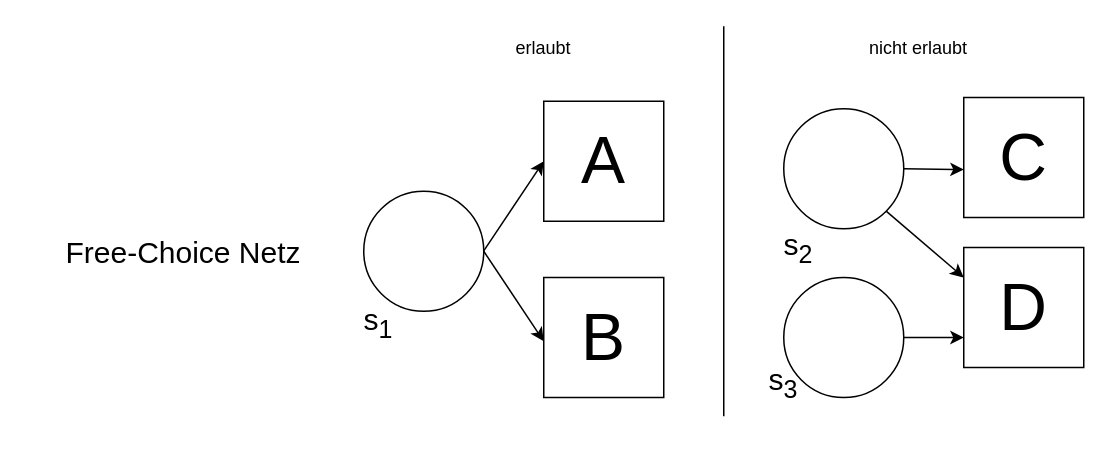
The draw.io diagram NetzklassenErlaubtNichtErlaubt.drawio in Marakil/BA_Bilder, before the edit. Source tidied: cells renumbered, new cells numbered last; positions are measured from the earlier drawing's top-left corner, leaving out a move shared by most shapes. Both pictures are drawn from the tidied source at 150%, with x=0, y=0 at pixel (33, 26).
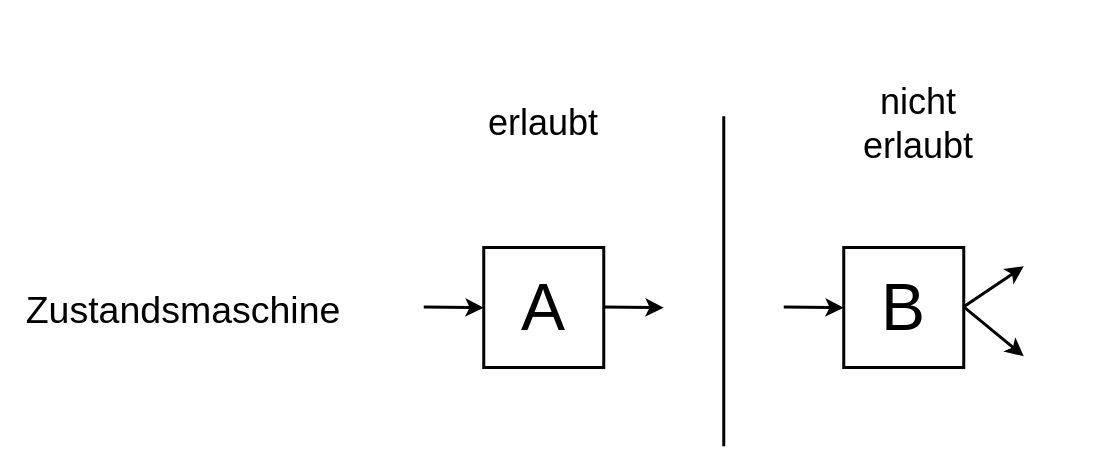
The same page after the edit.

The edit, as a diff of the source:
```diff
@@
-    <mxCell id="2" value="Free-Choice Netz" style="text;html=1;strokeColor=none;fillColor=none;align=center;verticalAlign=middle;whiteSpace=wrap;rounded=0;fontSize=20;" parent="1" vertex="1">
-      <mxGeometry y="122.5" width="200" height="55" as="geometry" />
+    <mxCell id="2" value="Zustandsmaschine" style="text;html=1;strokeColor=none;fillColor=none;align=center;verticalAlign=middle;whiteSpace=wrap;rounded=0;fontSize=25;" parent="1" vertex="1">
+      <mxGeometry y="160" width="200" height="55" as="geometry" />
     </mxCell>
-    <mxCell id="3" style="endArrow=classic;html=1;rounded=0;curved=1;exitX=1;exitY=0.5;exitDx=0;exitDy=0;" parent="1" edge="1">
-      <mxGeometry relative="1" as="geometry">
-        <mxPoint x="300" y="149.7" as="sourcePoint" />
-        <mxPoint x="340" y="90" as="targetPoint" />
-      </mxGeometry>
-    </mxCell>
-    <mxCell id="4" style="endArrow=classic;html=1;rounded=0;curved=1;exitX=1;exitY=0.5;exitDx=0;exitDy=0;" parent="1" edge="1" source="10">
+    <mxCell id="4" style="endArrow=classic;html=1;rounded=0;curved=1;exitX=1;exitY=0.5;exitDx=0;exitDy=0;strokeWidth=2;" parent="1" edge="1">
       <mxGeometry relative="1" as="geometry">
-        <mxPoint x="620" y="95.5" as="targetPoint" />
+        <mxPoint x="500" y="187.1" as="sourcePoint" />
+        <mxPoint x="540" y="187.6" as="targetPoint" />
       </mxGeometry>
     </mxCell>
-    <mxCell id="5" style="endArrow=classic;html=1;rounded=0;curved=1;exitX=1;exitY=1;exitDx=0;exitDy=0;" parent="1" edge="1" source="10">
-      <mxGeometry relative="1" as="geometry">
-        <mxPoint x="620" y="167.5" as="targetPoint" />
-      </mxGeometry>
-    </mxCell>
-    <mxCell id="6" style="endArrow=none;html=1;rounded=0;" parent="1" edge="1">
+    <mxCell id="6" style="endArrow=none;html=1;rounded=0;strokeWidth=2;" parent="1" edge="1">
       <mxGeometry relative="1" as="geometry">
-        <mxPoint x="460" y="260" as="sourcePoint" />
-        <mxPoint x="460" as="targetPoint" />
+        <mxPoint x="460" y="280" as="sourcePoint" />
+        <mxPoint x="460" y="60" as="targetPoint" />
       </mxGeometry>
     </mxCell>
-    <mxCell id="7" value="nicht erlaubt" style="text;html=1;strokeColor=none;fillColor=none;align=center;verticalAlign=middle;whiteSpace=wrap;rounded=0;" parent="1" vertex="1">
-      <mxGeometry x="530" width="120" height="30" as="geometry" />
+    <mxCell id="7" value="nicht erlaubt" style="text;html=1;strokeColor=none;fillColor=none;align=center;verticalAlign=middle;whiteSpace=wrap;rounded=0;fontSize=24;strokeWidth=2;" parent="1" vertex="1">
+      <mxGeometry x="530" y="50" width="120" height="30" as="geometry" />
     </mxCell>
-    <mxCell id="8" value="erlaubt" style="text;html=1;strokeColor=none;fillColor=none;align=center;verticalAlign=middle;whiteSpace=wrap;rounded=0;" parent="1" vertex="1">
-      <mxGeometry x="310" width="60" height="30" as="geometry" />
+    <mxCell id="8" value="erlaubt" style="text;html=1;strokeColor=none;fillColor=none;align=center;verticalAlign=middle;whiteSpace=wrap;rounded=0;fontSize=24;strokeWidth=2;" parent="1" vertex="1">
+      <mxGeometry x="310" y="50" width="60" height="30" as="geometry" />
     </mxCell>
-    <mxCell id="9" style="ellipse;whiteSpace=wrap;html=1;" parent="1" vertex="1">
-      <mxGeometry x="220" y="110" width="80" height="80" as="geometry" />
-    </mxCell>
-    <mxCell id="10" style="ellipse;whiteSpace=wrap;html=1;" parent="1" vertex="1">
-      <mxGeometry x="500" y="55" width="80" height="80" as="geometry" />
-    </mxCell>
-    <mxCell id="11" value="s&lt;sub&gt;1&lt;/sub&gt;" style="text;html=1;strokeColor=none;fillColor=none;align=center;verticalAlign=middle;whiteSpace=wrap;rounded=0;fontSize=20;" parent="1" vertex="1">
-      <mxGeometry x="200" y="177.5" width="60" height="40" as="geometry" />
-    </mxCell>
-    <mxCell id="12" value="&lt;div&gt;s&lt;sub&gt;2&lt;/sub&gt;&lt;/div&gt;" style="text;html=1;strokeColor=none;fillColor=none;align=center;verticalAlign=middle;whiteSpace=wrap;rounded=0;fontSize=20;" parent="1" vertex="1">
-      <mxGeometry x="480" y="127.5" width="60" height="40" as="geometry" />
-    </mxCell>
-    <mxCell id="13" style="endArrow=classic;html=1;rounded=0;curved=1;exitX=1;exitY=0.5;exitDx=0;exitDy=0;" parent="1" edge="1">
-      <mxGeometry relative="1" as="geometry">
-        <mxPoint x="300" y="150" as="sourcePoint" />
-        <mxPoint x="340" y="210" as="targetPoint" />
-      </mxGeometry>
-    </mxCell>
-    <mxCell id="14" value="A" style="rounded=0;whiteSpace=wrap;html=1;fontSize=44;" parent="1" vertex="1">
-      <mxGeometry x="340" y="50" width="80" height="80" as="geometry" />
+    <mxCell id="14" value="A" style="rounded=0;whiteSpace=wrap;html=1;fontSize=44;strokeWidth=2;" parent="1" vertex="1">
+      <mxGeometry x="300" y="147.5" width="80" height="80" as="geometry" />
     </mxCell>
-    <mxCell id="15" value="B" style="rounded=0;whiteSpace=wrap;html=1;fontSize=44;" parent="1" vertex="1">
-      <mxGeometry x="340" y="167.5" width="80" height="80" as="geometry" />
-    </mxCell>
-    <mxCell id="16" style="endArrow=classic;html=1;rounded=0;curved=1;exitX=1;exitY=0.5;exitDx=0;exitDy=0;" parent="1" edge="1" source="17">
+    <mxCell id="16" style="endArrow=classic;html=1;rounded=0;curved=1;exitX=1;exitY=0.5;exitDx=0;exitDy=0;strokeWidth=2;" parent="1" edge="1">
       <mxGeometry relative="1" as="geometry">
-        <mxPoint x="620" y="207.5" as="targetPoint" />
+        <mxPoint x="620" y="187" as="sourcePoint" />
+        <mxPoint x="660" y="160" as="targetPoint" />
       </mxGeometry>
     </mxCell>
-    <mxCell id="17" style="ellipse;whiteSpace=wrap;html=1;" parent="1" vertex="1">
-      <mxGeometry x="500" y="167.5" width="80" height="80" as="geometry" />
-    </mxCell>
-    <mxCell id="18" value="&lt;div&gt;s&lt;sub&gt;3&lt;/sub&gt;&lt;/div&gt;" style="text;html=1;strokeColor=none;fillColor=none;align=center;verticalAlign=middle;whiteSpace=wrap;rounded=0;fontSize=20;" parent="1" vertex="1">
-      <mxGeometry x="470" y="217.5" width="60" height="40" as="geometry" />
-    </mxCell>
-    <mxCell id="19" value="C" style="rounded=0;whiteSpace=wrap;html=1;fontSize=44;" parent="1" vertex="1">
-      <mxGeometry x="620" y="47.5" width="80" height="80" as="geometry" />
+    <mxCell id="19" value="B" style="rounded=0;whiteSpace=wrap;html=1;fontSize=44;strokeWidth=2;" parent="1" vertex="1">
+      <mxGeometry x="540" y="147.5" width="80" height="80" as="geometry" />
     </mxCell>
-    <mxCell id="20" value="D" style="rounded=0;whiteSpace=wrap;html=1;fontSize=44;" parent="1" vertex="1">
-      <mxGeometry x="620" y="147.5" width="80" height="80" as="geometry" />
-    </mxCell>
+    <mxCell id="21" style="endArrow=classic;html=1;rounded=0;curved=1;exitX=1;exitY=0.5;exitDx=0;exitDy=0;strokeWidth=2;" parent="1" edge="1">
+      <mxGeometry relative="1" as="geometry">
+        <mxPoint x="620" y="187.1" as="sourcePoint" />
+        <mxPoint x="660" y="220" as="targetPoint" />
+      </mxGeometry>
+    </mxCell>
+    <mxCell id="22" style="endArrow=classic;html=1;rounded=0;curved=1;exitX=1;exitY=0.5;exitDx=0;exitDy=0;strokeWidth=2;" parent="1" edge="1">
+      <mxGeometry relative="1" as="geometry">
+        <mxPoint x="380" y="187.1" as="sourcePoint" />
+        <mxPoint x="420" y="187.6" as="targetPoint" />
+      </mxGeometry>
+    </mxCell>
+    <mxCell id="23" style="endArrow=classic;html=1;rounded=0;curved=1;exitX=1;exitY=0.5;exitDx=0;exitDy=0;strokeWidth=2;" parent="1" edge="1">
+      <mxGeometry relative="1" as="geometry">
+        <mxPoint x="260" y="187.1" as="sourcePoint" />
+        <mxPoint x="300" y="187.6" as="targetPoint" />
+      </mxGeometry>
+    </mxCell>
```
